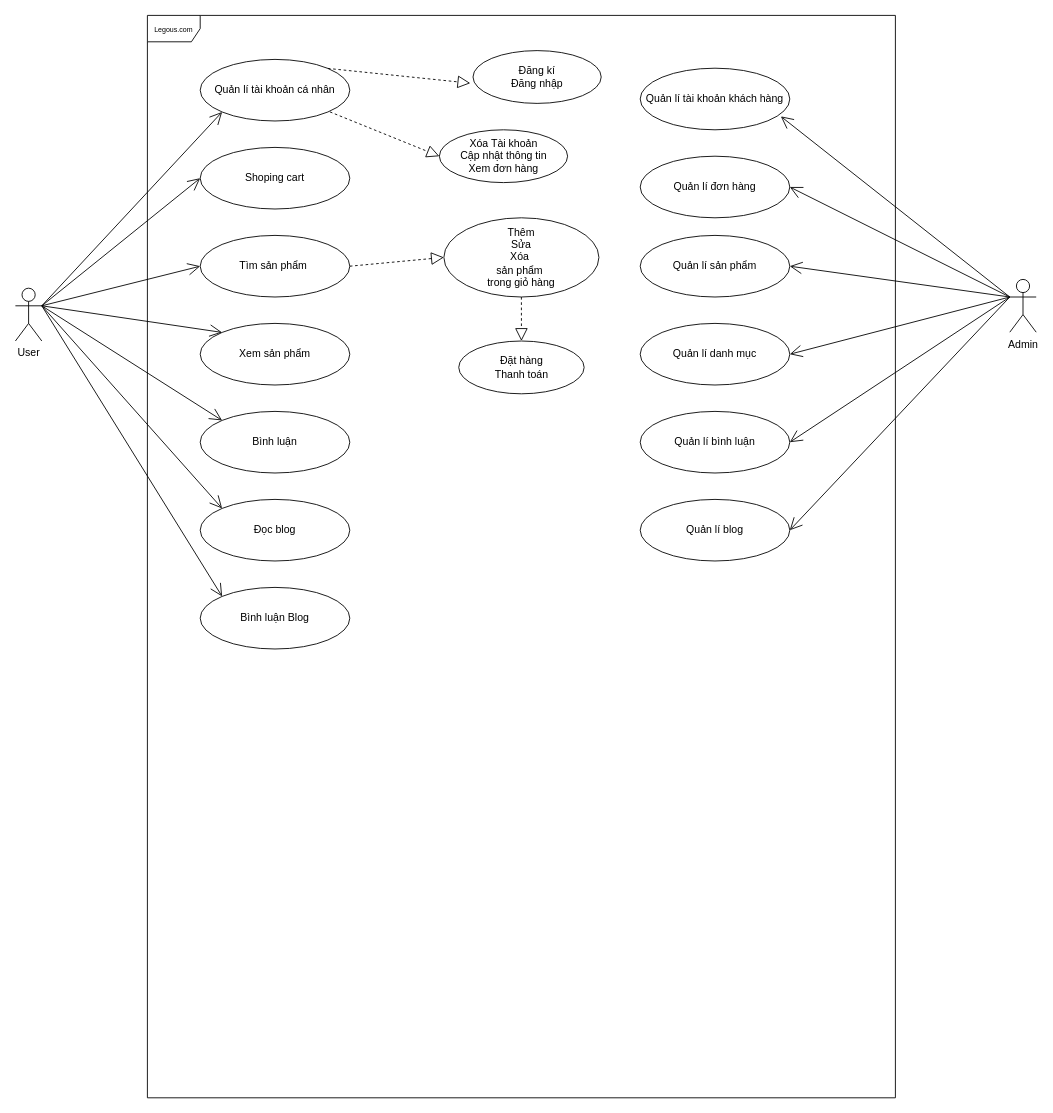
This is page "UseCases" (3 of 3) of .vscode/LEGOUS_DIAGRAM.drawio from thanh8724/Legous, a draw.io file, before an edit. Source tidied: cells renumbered, new cells numbered last; positions are measured from the earlier drawing's top-left corner, leaving out a move shared by most shapes. Both pictures are drawn from the tidied source at 88%, with x=0, y=0 at pixel (15, 15).
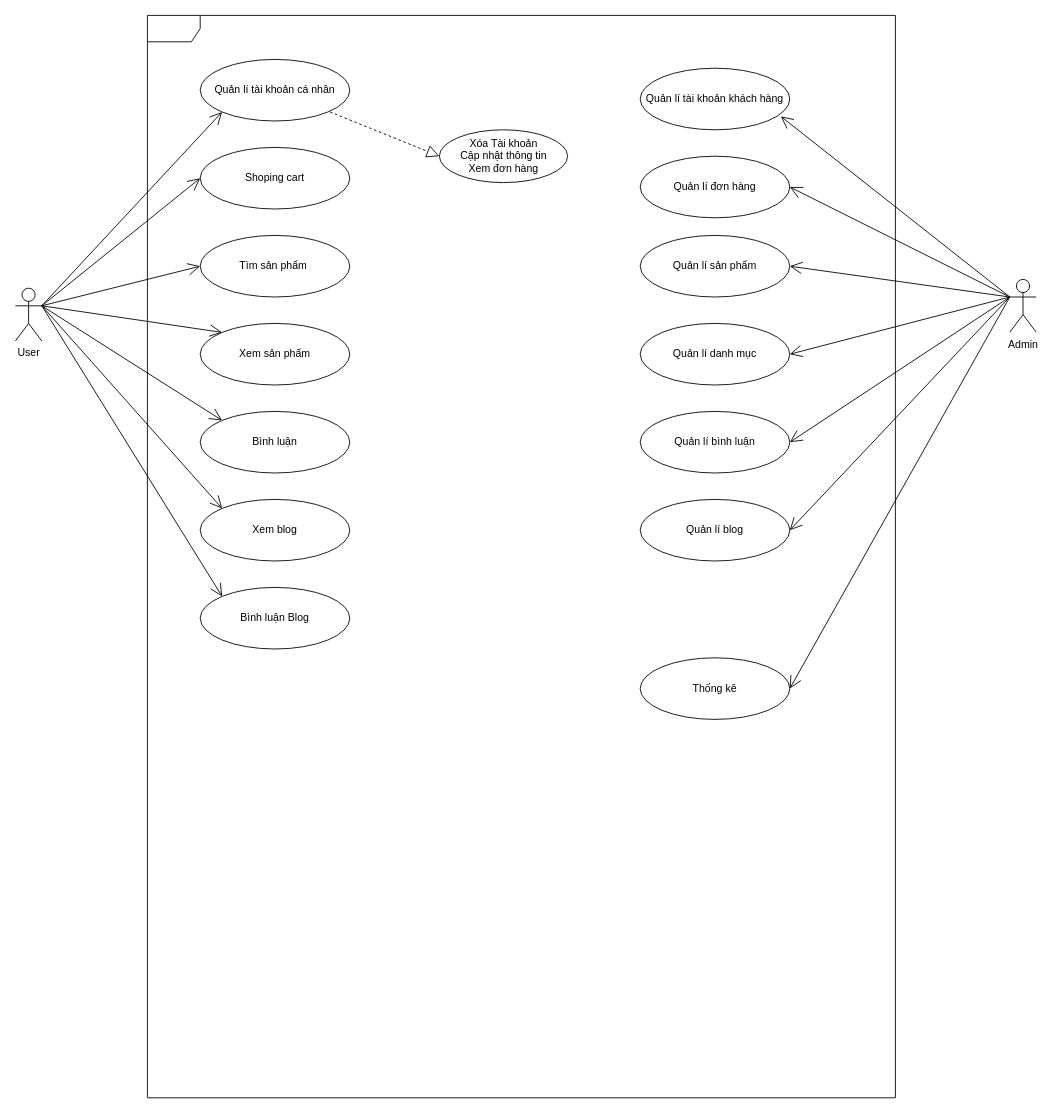
The same diagram, later.

The change refers to these unchanged cells:
```xml
<mxCell id="4" value="Admin" style="shape=umlActor;verticalLabelPosition=bottom;verticalAlign=top;html=1;" parent="1" vertex="1">
  <mxGeometry x="1130" y="300" width="30" height="60" as="geometry" />
</mxCell>
<mxCell id="5" value="Quản lí tài khoản cá nhân" style="ellipse;whiteSpace=wrap;html=1;" parent="1" vertex="1">
  <mxGeometry x="210" y="50" width="170" height="70" as="geometry" />
</mxCell>
<mxCell id="15" value="Tìm sản phẩm&amp;nbsp;" style="ellipse;whiteSpace=wrap;html=1;" parent="1" vertex="1">
  <mxGeometry x="210" y="250" width="170" height="70" as="geometry" />
</mxCell>
```

Change to the diagram source:
```diff
@@
-    <mxCell id="2" value="&lt;font style=&quot;font-size: 8px;&quot;&gt;Legous.com &lt;/font&gt;" style="shape=umlFrame;whiteSpace=wrap;html=1;" parent="1" vertex="1">
+    <mxCell id="2" style="shape=umlFrame;whiteSpace=wrap;html=1;" parent="1" vertex="1">
       <mxGeometry x="150" width="850" height="1230" as="geometry" />
     </mxCell>
@@
-    <mxCell id="7" value="&lt;div&gt;Đăng kí&lt;/div&gt;&lt;div&gt;Đăng nhập&lt;br&gt;&lt;/div&gt;" style="ellipse;whiteSpace=wrap;html=1;" parent="1" vertex="1">
-      <mxGeometry x="520" y="40" width="145.7" height="60" as="geometry" />
-    </mxCell>
-    <mxCell id="8" style="endArrow=block;dashed=1;endFill=0;endSize=12;html=1;rounded=0;exitX=1;exitY=0;exitDx=0;exitDy=0;entryX=-0.021;entryY=0.617;entryDx=0;entryDy=0;entryPerimeter=0;" parent="1" edge="1" source="5" target="7">
-      <mxGeometry relative="1" as="geometry" />
-    </mxCell>
@@
-    <mxCell id="11" style="endArrow=block;dashed=1;endFill=0;endSize=12;html=1;rounded=0;entryX=0;entryY=0.5;entryDx=0;entryDy=0;exitX=1;exitY=0.5;exitDx=0;exitDy=0;" parent="1" edge="1" source="15" target="12">
-      <mxGeometry relative="1" as="geometry" />
-    </mxCell>
-    <mxCell id="12" value="&lt;div&gt;Thêm&lt;/div&gt;&lt;div&gt;Sửa &lt;br&gt;&lt;/div&gt;&lt;div&gt;Xóa&amp;nbsp;&lt;/div&gt;&lt;div&gt;sản phẩm&amp;nbsp;&lt;/div&gt;&lt;div&gt;trong giỏ hàng&lt;br&gt;&lt;/div&gt;" style="ellipse;whiteSpace=wrap;html=1;" parent="1" vertex="1">
-      <mxGeometry x="486.9" y="230" width="176.2" height="90" as="geometry" />
-    </mxCell>
-    <mxCell id="13" value="&lt;div&gt;Đặt hàng&lt;/div&gt;&lt;div&gt;Thanh toán&lt;br&gt;&lt;/div&gt;" style="ellipse;whiteSpace=wrap;html=1;" parent="1" vertex="1">
-      <mxGeometry x="503.8" y="370" width="142.5" height="60" as="geometry" />
-    </mxCell>
-    <mxCell id="14" style="endArrow=block;dashed=1;endFill=0;endSize=12;html=1;rounded=0;exitX=0.5;exitY=1;exitDx=0;exitDy=0;" parent="1" edge="1" source="12" target="13">
-      <mxGeometry relative="1" as="geometry" />
-    </mxCell>
@@
-    <mxCell id="21" value="Đọc blog" style="ellipse;whiteSpace=wrap;html=1;" parent="1" vertex="1">
+    <mxCell id="21" value="Xem blog" style="ellipse;whiteSpace=wrap;html=1;" parent="1" vertex="1">
       <mxGeometry x="210" y="550" width="170" height="70" as="geometry" />
     </mxCell>
@@
+    <mxCell id="39" style="endArrow=open;endFill=1;endSize=12;html=1;rounded=0;entryX=1;entryY=0.5;entryDx=0;entryDy=0;exitX=0;exitY=0.3333333333333333;exitDx=0;exitDy=0;exitPerimeter=0;" parent="1" edge="1" source="4" target="40">
+      <mxGeometry relative="1" as="geometry" />
+    </mxCell>
@@
+    <mxCell id="40" value="Thống kê" style="ellipse;whiteSpace=wrap;html=1;" parent="1" vertex="1">
+      <mxGeometry x="710" y="730" width="170" height="70" as="geometry" />
+    </mxCell>
```
